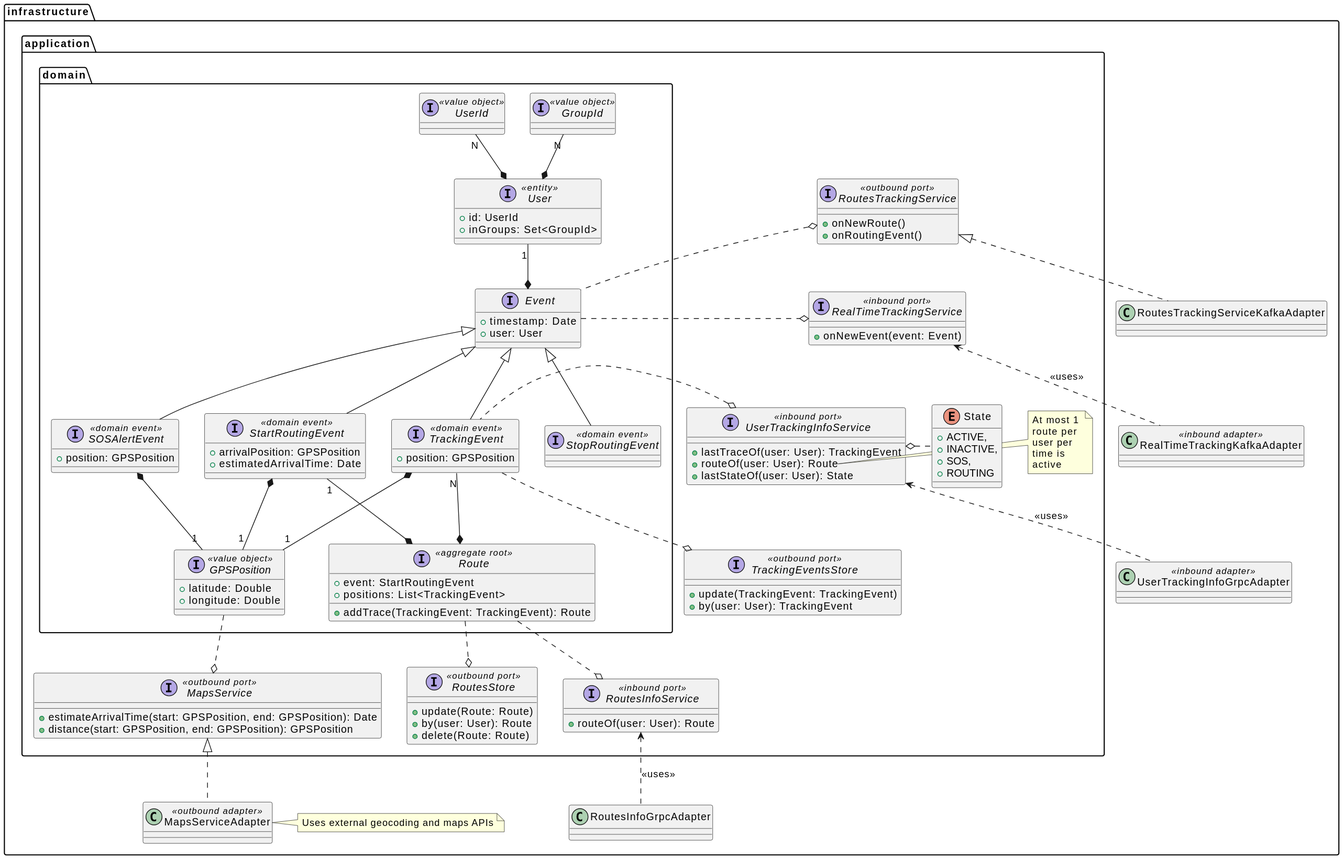
This is res/location-service-structure.svg from position-pal/position-pal.github.io, a PlantUML export, as it was before one commit.
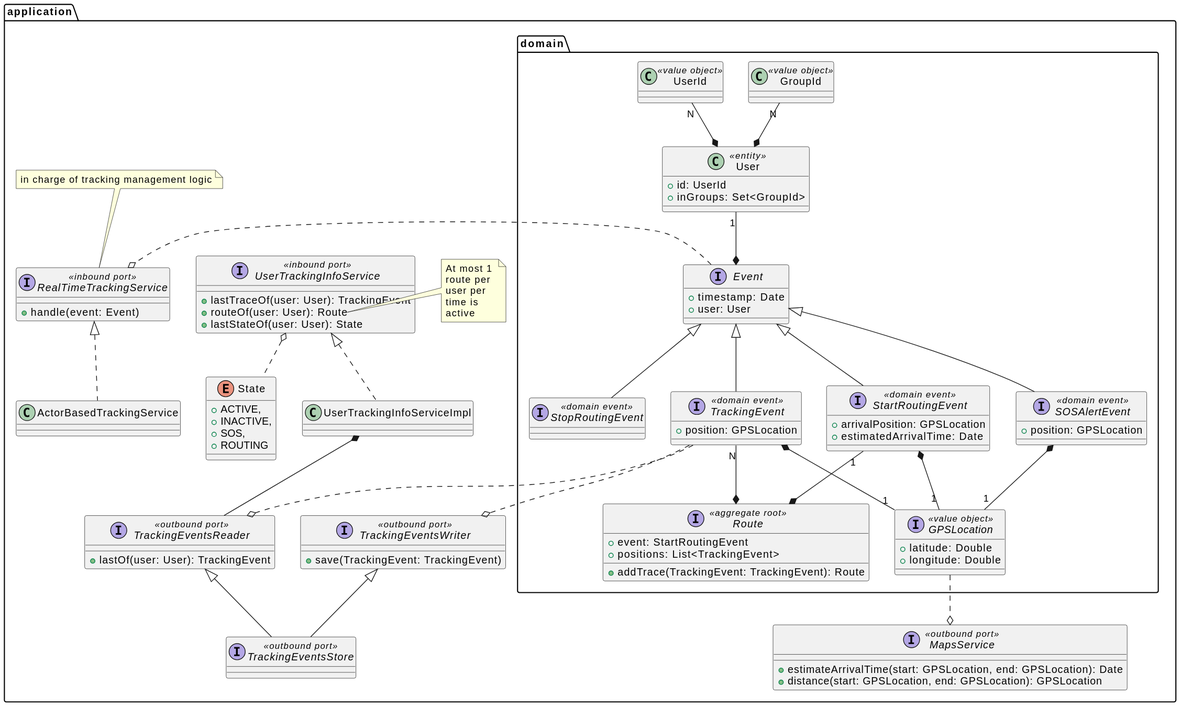
After the commit.

Commit message:
Deploying to main from @ position-pal/Documentation@c1a1bc06f3e62c43966da35d27afbf931e052b2d 🚀

Change to the diagram source:
```diff
@@ -1,136 +1,110 @@
 @startuml
-package infrastructure {
-    package application {
-        package domain {
-            interface GPSPosition <<value object>> {
-                + latitude: Double
-                + longitude: Double
-            }
+package application {
+    package domain {
+        interface GPSLocation <<value object>> {
+            + latitude: Double
+            + longitude: Double
+        }
+
+        class User <<entity>> {
+            + id: UserId
+            + inGroups: Set<GroupId>
+        }
+        class UserId <<value object>>
+        class GroupId <<value object>>
+
+        User *-u- "N" UserId
+        User *-u- "N" GroupId
+
+        interface Event {
+            + timestamp: Date
+            + user: User
+        }
+
+        User "1" --* Event
+
+        interface StartRoutingEvent <<domain event>> extends Event {
+            + arrivalPosition: GPSLocation
+            + estimatedArrivalTime: Date
+        }
+
+        StartRoutingEvent *-- "1" GPSLocation
+
+        interface TrackingEvent <<domain event>> extends Event {
+            + position: GPSLocation
+
+        }
+
+        TrackingEvent *-- "1" GPSLocation
+
+        interface StopRoutingEvent <<domain event>> extends Event
+
+        interface SOSAlertEvent <<domain event>> extends Event {
+            + position: GPSLocation
+
+        }
+
+        SOSAlertEvent *-- "1" GPSLocation
+
+        interface Route <<aggregate root>> {
+            + event: StartRoutingEvent
+            + positions: List<TrackingEvent>
+            + addTrace(TrackingEvent: TrackingEvent): Route
+        }
+
+        Route *-u- "1" StartRoutingEvent
+        Route *-u- "N" TrackingEvent
+    }
+
+    interface TrackingEventsReader <<outbound port>> {
+        + lastOf(user: User): TrackingEvent
+    }
+    interface TrackingEventsWriter <<outbound port>> {
+        + save(TrackingEvent: TrackingEvent)
+    }
+    interface TrackingEventsStore <<outbound port>> implements TrackingEventsReader, TrackingEventsWriter
+    TrackingEventsReader o.up. TrackingEvent
+    TrackingEventsWriter o.up. TrackingEvent
 
 
-            interface User <<entity>> {
-                + id: UserId
-                + inGroups: Set<GroupId>
-            }
-            interface UserId <<value object>>
-            interface GroupId <<value object>>
 
-            User *-u- "N" UserId
-            User *-u- "N" GroupId
-
-            interface Event {
-                + timestamp: Date
-                + user: User
-            }
-
-            User "1" --* Event
-
-            interface StartRoutingEvent <<domain event>> extends Event {
-                + arrivalPosition: GPSPosition
-                + estimatedArrivalTime: Date
-            }
-
-            StartRoutingEvent *-- "1" GPSPosition
-
-            interface TrackingEvent <<domain event>> extends Event {
-                + position: GPSPosition
-            }
-
-            TrackingEvent *-- "1" GPSPosition
-
-            interface StopRoutingEvent <<domain event>> extends Event
-
-            interface SOSAlertEvent <<domain event>> extends Event {
-                + position: GPSPosition
-            }
-
-            SOSAlertEvent *-- "1" GPSPosition
-
-            interface Route <<aggregate root>> {
-                + event: StartRoutingEvent
-                + positions: List<TrackingEvent>
-                + addTrace(TrackingEvent: TrackingEvent): Route
-            }
-
-            Route *-u- "1" StartRoutingEvent
-            Route *-u- "N" TrackingEvent
-        }
-
-        interface TrackingEventsStore <<outbound port>> {
-            + update(TrackingEvent: TrackingEvent)
-            + by(user: User): TrackingEvent
-        }
-
-        TrackingEventsStore o.up. TrackingEvent
-
-        interface RoutesStore <<outbound port>> {
-            + update(Route: Route)
-            + by(user: User): Route
-            + delete(Route: Route)
-        }
-
-        RoutesStore o.up. Route
-
-        interface MapsService <<outbound port>> {
-            + estimateArrivalTime(start: GPSPosition, end: GPSPosition): Date
-            + distance(start: GPSPosition, end: GPSPosition): GPSPosition
-        }
-
-        MapsService o.up. GPSPosition
-
-        interface UserTrackingInfoService <<inbound port>> {
-            + lastTraceOf(user: User): TrackingEvent
-            + routeOf(user: User): Route
-            + lastStateOf(user: User): State
-        }
-        note right of UserTrackingInfoService::routeOf
-            At most 1
-            route per
-            user per
-            time is
-            active
-        end note
-        enum State {
-            + ACTIVE,
-            + INACTIVE,
-            + SOS,
-            + ROUTING
-        }
-
-        UserTrackingInfoService o.r. TrackingEvent
-        UserTrackingInfoService o.r. State
-
-        interface RoutesTrackingService <<outbound port>> {
-            + onNewRoute()
-            + onRoutingEvent()
-        }
-        RoutesTrackingService o.. Event
-
-        interface RoutesInfoService <<inbound port>> {
-            + routeOf(user: User): Route
-        }
-        RoutesInfoService o.u. Route
-
-        interface RealTimeTrackingService <<inbound port>> {
-            + onNewEvent(event: Event)
-        }
-        RealTimeTrackingService o.l. Event
+    interface MapsService <<outbound port>> {
+        + estimateArrivalTime(start: GPSLocation, end: GPSLocation): Date
+        + distance(start: GPSLocation, end: GPSLocation): GPSLocation
     }
 
-    class MapsServiceAdapter <<outbound adapter>> implements application.MapsService
-    note right of MapsServiceAdapter
-        Uses external geocoding and maps APIs
-    endnote
+    MapsService o.up. GPSLocation
 
-    class RealTimeTrackingKafkaAdapter <<inbound adapter>>
-    RealTimeTrackingKafkaAdapter .up.> application.RealTimeTrackingService : <<uses>>
+    interface UserTrackingInfoService <<inbound port>> {
+        + lastTraceOf(user: User): TrackingEvent
+        + routeOf(user: User): Route
+        + lastStateOf(user: User): State
+    }
+    note right of UserTrackingInfoService::routeOf
+        At most 1
+        route per
+        user per
+        time is
+        active
+    end note
+    enum State {
+        + ACTIVE,
+        + INACTIVE,
+        + SOS,
+        + ROUTING
+    }
+    UserTrackingInfoService o.. State
 
-    class UserTrackingInfoGrpcAdapter <<inbound adapter>>
-    UserTrackingInfoGrpcAdapter .up.> application.UserTrackingInfoService : <<uses>>
+    class UserTrackingInfoServiceImpl implements UserTrackingInfoService
+    UserTrackingInfoServiceImpl *-- TrackingEventsReader
 
-    class RoutesTrackingServiceKafkaAdapter implements application.RoutesTrackingService
-
-    class RoutesInfoGrpcAdapter
-    RoutesInfoGrpcAdapter .up.> application.RoutesInfoService : <<uses>>
+    interface RealTimeTrackingService <<inbound port>> {
+        + handle(event: Event)
+    }
+    RealTimeTrackingService o.l. Event
+    class ActorBasedTrackingService implements RealTimeTrackingService
+    note top of RealTimeTrackingService
+        in charge of tracking management logic
+    end note
 }
 @enduml
```
